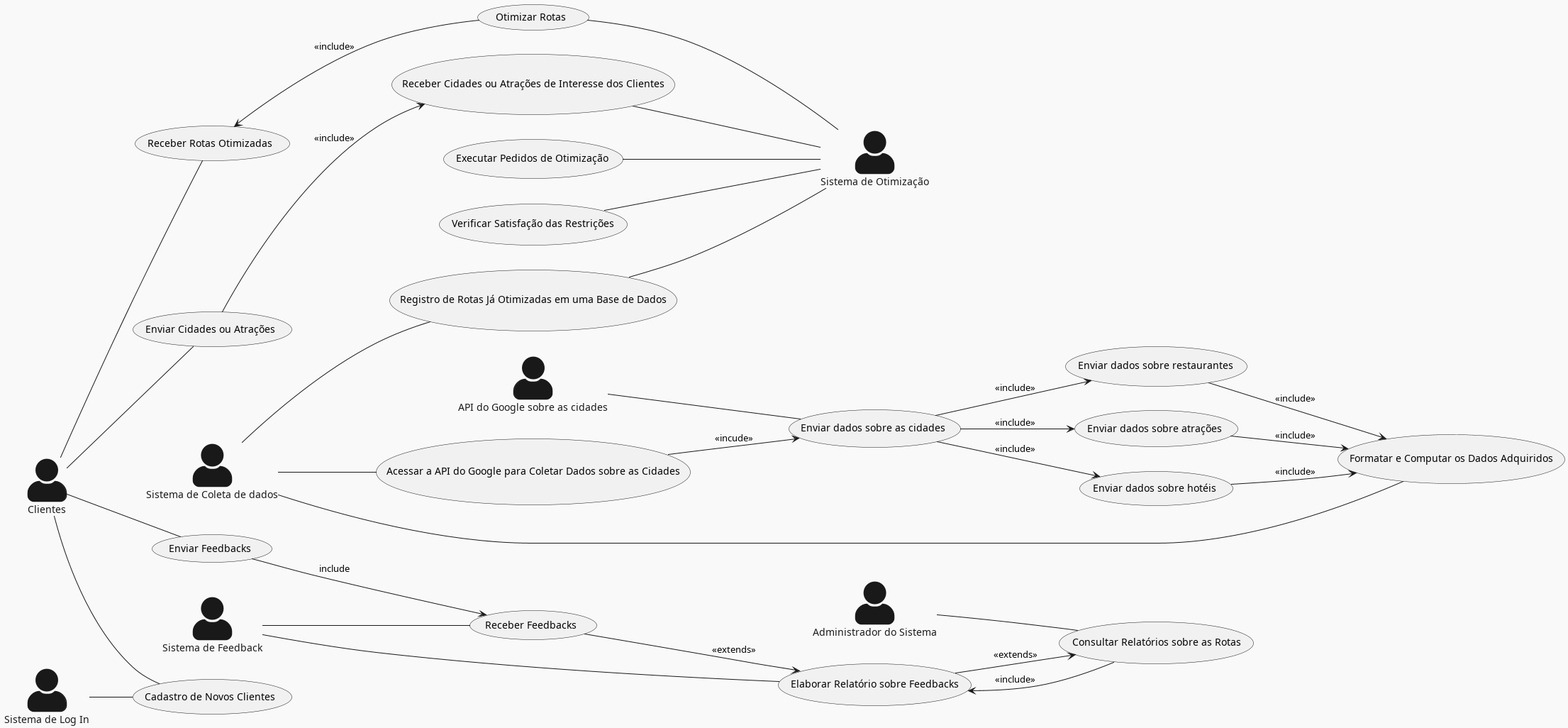
Earlier version of the PlantUML export Relatório/Semana-1/Diagramas/DCU.png (pedrodilallo/site_turismo_SIG).
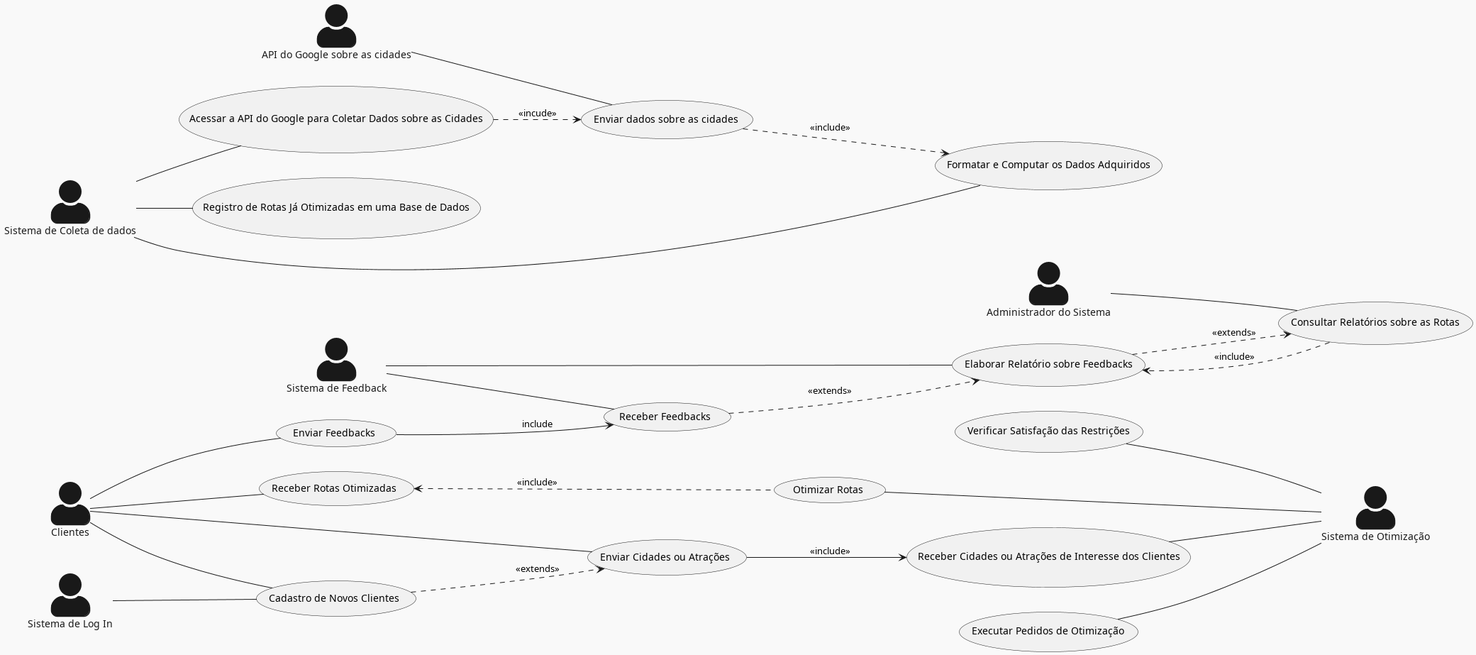
After the commit.

Diff of the diagram source:
```diff
@@ -19,40 +19,34 @@
 
 
 login   --   (Cadastro de Novos Clientes)
+
 coletador -- (Acessar a API do Google para Coletar Dados sobre as Cidades)
 coletador -- (Registro de Rotas Já Otimizadas em uma Base de Dados)
+coletador -- (Formatar e Computar os Dados Adquiridos)
+
 
 feedback -- (Receber Feedbacks)
 feedback -- (Elaborar Relatório sobre Feedbacks)
 
 API -- (Enviar dados sobre as cidades)
 
+sys_admin -- (Consultar Relatórios sobre as Rotas)
+
 (Receber Cidades ou Atrações de Interesse dos Clientes) -- otimizador
 (Otimizar Rotas) -- otimizador
 (Executar Pedidos de Otimização) -- otimizador
 (Verificar Satisfação das Restrições) -- otimizador
-(Registro de Rotas Já Otimizadas em uma Base de Dados) -- otimizador
-(Receber Rotas Otimizadas) <-- (Otimizar Rotas) : <<include>>
+(Receber Rotas Otimizadas) <.. (Otimizar Rotas) : <<include>>
 (Enviar Feedbacks) --> (Receber Feedbacks) : include
-(Receber Feedbacks) --> (Elaborar Relatório sobre Feedbacks) : <<extends>>
-(Elaborar Relatório sobre Feedbacks) --> (Consultar Relatórios sobre as Rotas) : <<extends>>
-(Consultar Relatórios sobre as Rotas) --> (Elaborar Relatório sobre Feedbacks) : <<include>>
+(Receber Feedbacks) ..> (Elaborar Relatório sobre Feedbacks) : <<extends>>
+(Elaborar Relatório sobre Feedbacks) ..> (Consultar Relatórios sobre as Rotas) : <<extends>>
+(Consultar Relatórios sobre as Rotas) ..> (Elaborar Relatório sobre Feedbacks) : <<include>>
+(Cadastro de Novos Clientes) ..> (Enviar Cidades ou Atrações) : <<extends>>
+(Enviar dados sobre as cidades) ..> (Formatar e Computar os Dados Adquiridos) : <<include>>
+(Enviar Cidades ou Atrações) -->  (Receber Cidades ou Atrações de Interesse dos Clientes) : <<include>>
+(Acessar a API do Google para Coletar Dados sobre as Cidades) ..> (Enviar dados sobre as cidades) : <<incude>>
 
-(Enviar dados sobre as cidades) --> (Enviar dados sobre atrações) : <<include>>
-(Enviar dados sobre as cidades) --> (Enviar dados sobre hotéis) : <<include>>
-(Enviar dados sobre as cidades) --> (Enviar dados sobre restaurantes) : <<include>>
 
-(Acessar a API do Google para Coletar Dados sobre as Cidades) --> (Enviar dados sobre as cidades) : <<incude>>
-
-(Enviar dados sobre atrações) --> (Formatar e Computar os Dados Adquiridos) : <<include>>
-(Enviar dados sobre hotéis) --> (Formatar e Computar os Dados Adquiridos) : <<include>>
-(Enviar dados sobre restaurantes) --> (Formatar e Computar os Dados Adquiridos) : <<include>>
-
-coletador -- (Formatar e Computar os Dados Adquiridos)
-
-(Enviar Cidades ou Atrações) -->  (Receber Cidades ou Atrações de Interesse dos Clientes) : <<include>>
-
-sys_admin -- (Consultar Relatórios sobre as Rotas)
 
 
 @enduml
```
